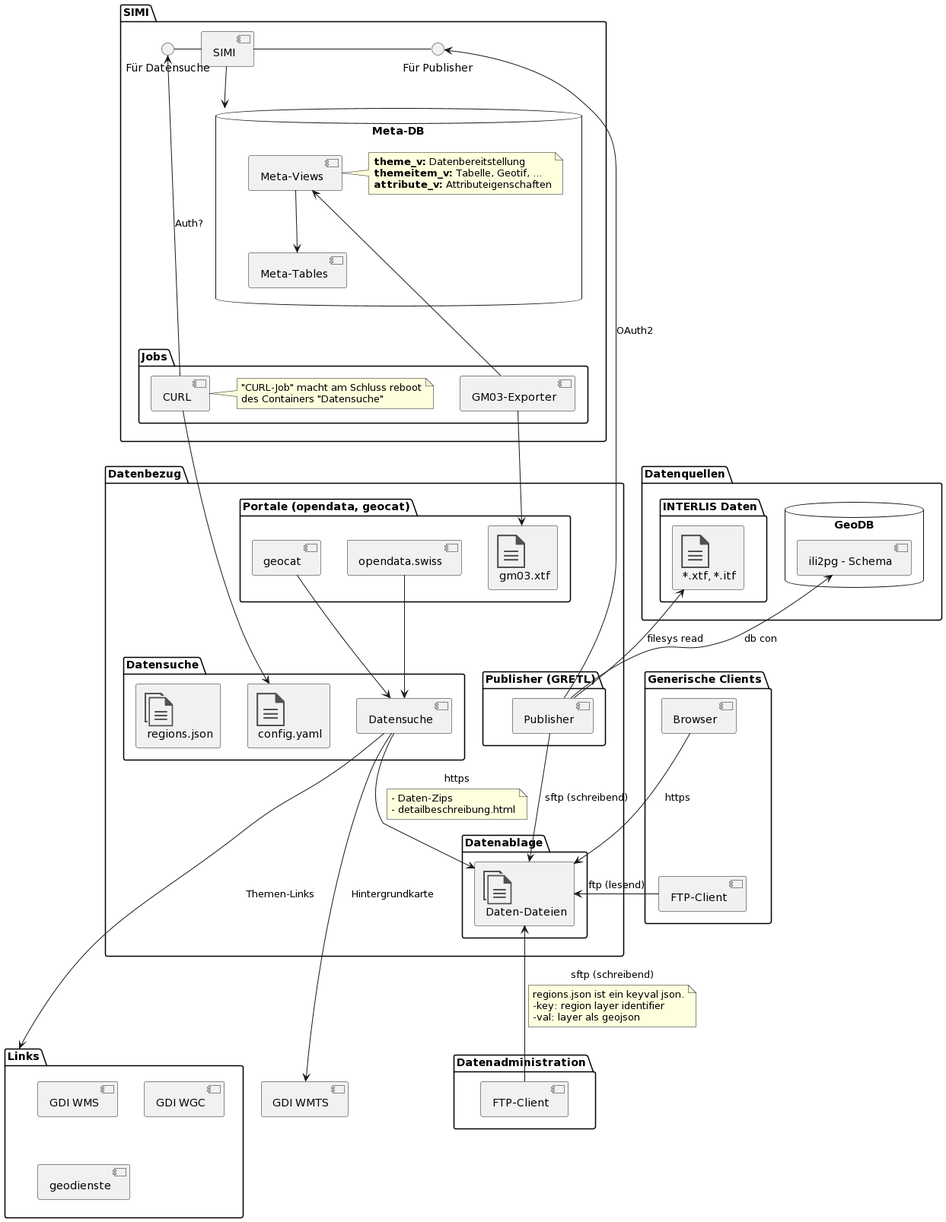
This is res/uebersicht.png from sogis/p-datenbezug, a PlantUML export, as it was before one commit.
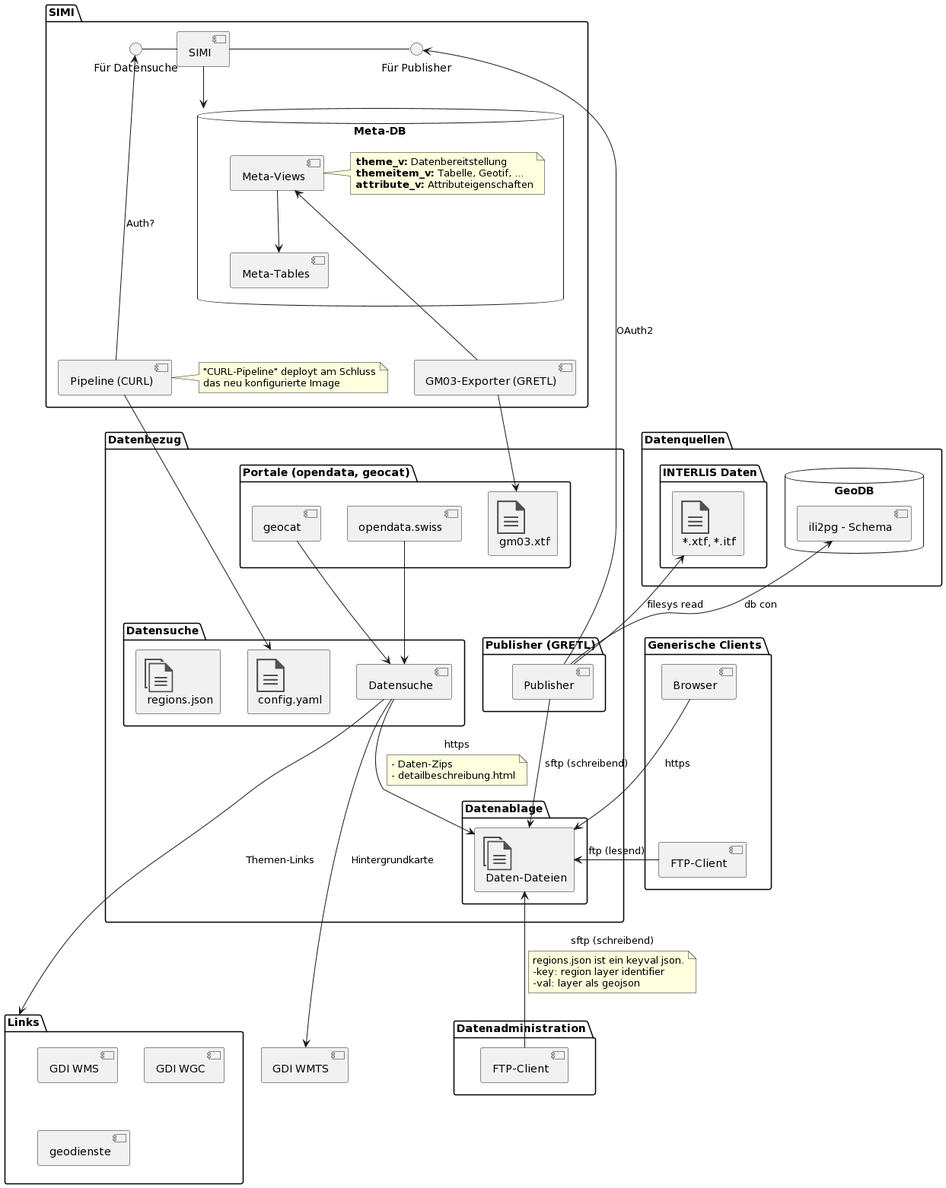
The same file after the commit.

Diff of the diagram source:
```diff
@@ -34,22 +34,19 @@
         mv --> mtbl
     }
 
-    package "Jobs" as nightly {
-        [GM03-Exporter] as mex
-        [CURL] as rex
+        [GM03-Exporter (GRETL)] as mex
+        [Pipeline (CURL)] as rex
 
         note right of rex
-          "CURL-Job" macht am Schluss reboot
-          des Containers "Datensuche"
+          "CURL-Pipeline" deployt am Schluss
+          das neu konfigurierte Image
         end note
-    }
-
 
 
     simi --> mdb
 
     mex --up-> mv
-    rex --up-> sapi : Auth?
+    rex ---up-> sapi : Auth?
 }
 
 [GDI WMTS] as wmts
```
